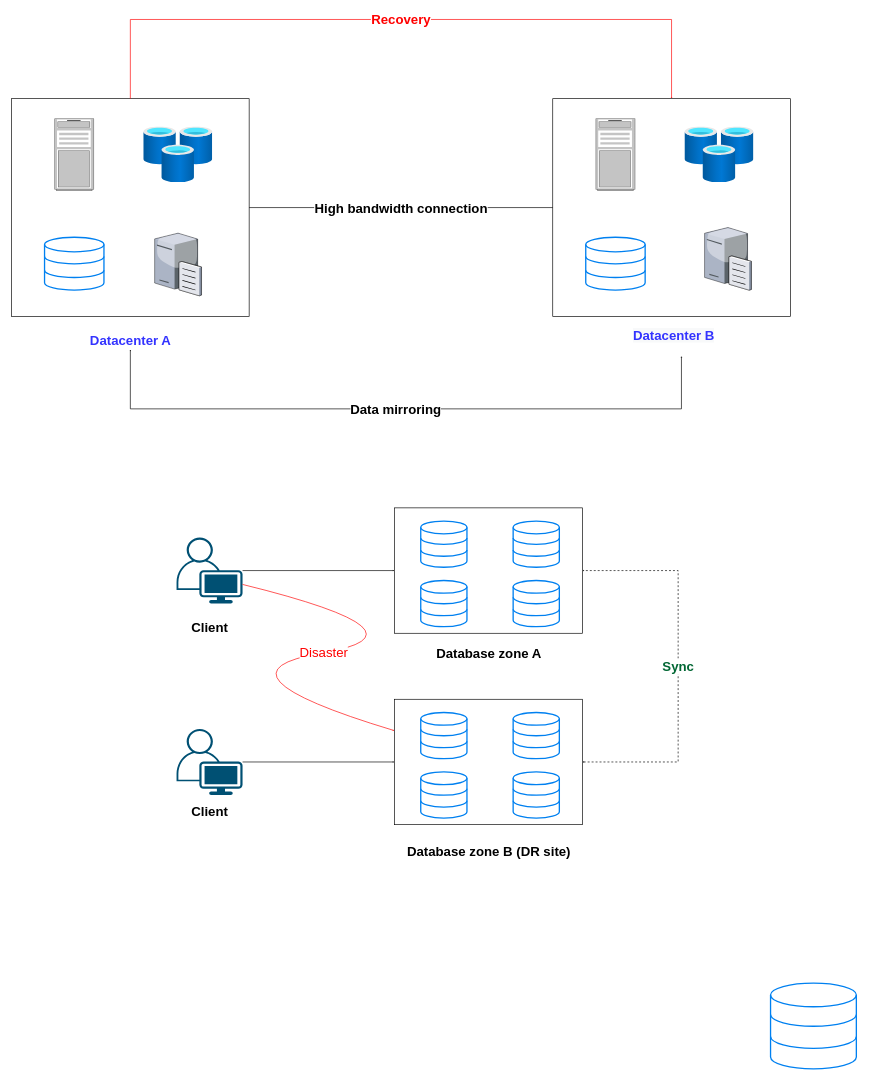
Above: page "DRsite" (3 of 4) of Untitled Diagram.drawio in ManhKhoa1507/Temp (draw.io), before the change. Source tidied: cells renumbered, new cells numbered last; positions are measured from the earlier drawing's top-left corner, leaving out a move shared by most shapes. Both pictures are drawn from the tidied source at 66%, with x=0, y=0 at pixel (11, 19).
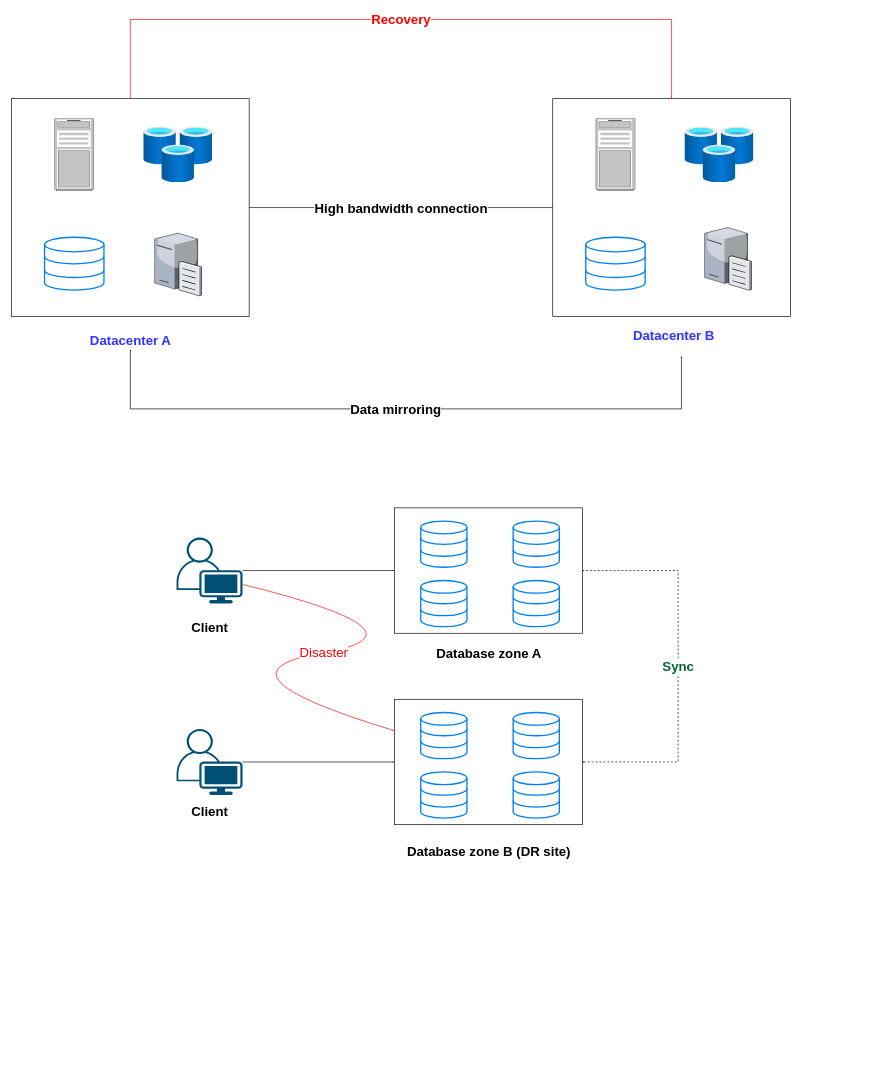
After the change.

Change to the diagram source:
```diff
@@
-    <mxCell id="38" style="html=1;verticalLabelPosition=bottom;align=center;labelBackgroundColor=#ffffff;verticalAlign=top;strokeWidth=2;strokeColor=#0080F0;shadow=0;dashed=0;shape=mxgraph.ios7.icons.data;fontFamily=Helvetica;fontSize=20;fontColor=#000000;" parent="1" vertex="1">
-      <mxGeometry x="1150" y="1460" width="130" height="130" as="geometry" />
-    </mxCell>
```
